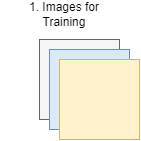
Earlier version of the draw.io export FlowChart/CarModelDetection_FlowChart.drawio.png (belanasaikiran/Team-6-Big-Data-Project). Source tidied: cells renumbered, new cells last; positions are measured from the earlier drawing's top-left corner, leaving out a move shared by most shapes.
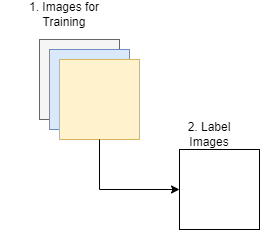
The same file after the commit.

Diff of the diagram source:
```diff
@@ -14,5 +14,19 @@
     <mxCell id="5" value="1. Images for Training&lt;span style=&quot;white-space: pre;&quot;&gt;&#9;&lt;/span&gt;" style="text;html=1;align=center;verticalAlign=middle;whiteSpace=wrap;rounded=0;" parent="1" vertex="1">
       <mxGeometry width="130" height="30" as="geometry" />
     </mxCell>
+    <mxCell id="6" style="whiteSpace=wrap;html=1;" parent="1" vertex="1">
+      <mxGeometry x="180" y="150" width="80" height="80" as="geometry" />
+    </mxCell>
+    <mxCell id="7" style="endArrow=classic;html=1;rounded=0;exitX=0.5;exitY=1;exitDx=0;exitDy=0;exitPerimeter=0;" parent="1" edge="1" source="4">
+      <mxGeometry relative="1" as="geometry">
+        <mxPoint x="180" y="190" as="targetPoint" />
+        <Array as="points">
+          <mxPoint x="100" y="190" />
+        </Array>
+      </mxGeometry>
+    </mxCell>
+    <mxCell id="8" value="2. Label Images" style="text;html=1;align=center;verticalAlign=middle;whiteSpace=wrap;rounded=0;" parent="1" vertex="1">
+      <mxGeometry x="180" y="120" width="60" height="30" as="geometry" />
+    </mxCell>
   </root>
 </mxGraphModel>
```
